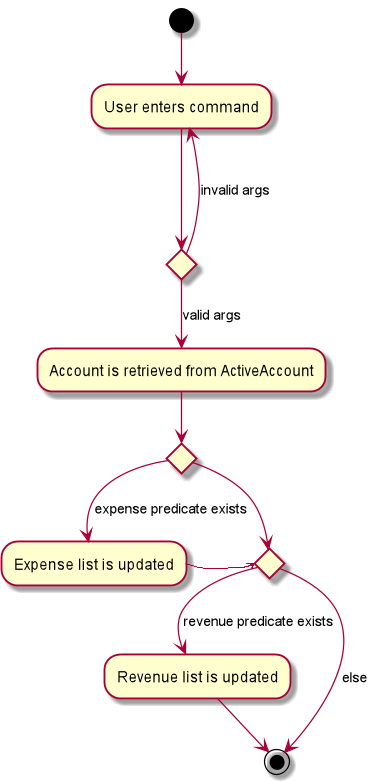
Above: docs/images/FindActivityDiagram.png in nus-cs2103-AY2021S1/tp (PlantUML), before the change. Its source is kept beside it as docs/diagrams/FindActivityDiagram.puml.
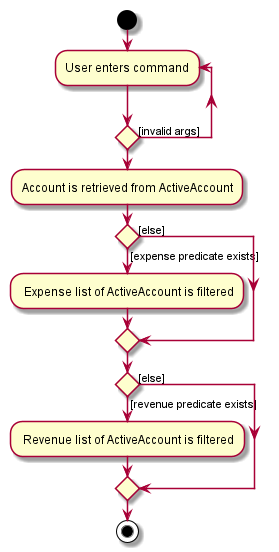
The same file after the commit.

Diff of the diagram source:
```diff
@@ -1,23 +1,16 @@
 @startuml
 
-(*) --> User enters command
---> if "" then
----> [invalid args] "User enters command"
-    else
-    -down-> [valid args] "Account is retrieved from ActiveAccount"
-    endif
---> if "" then
---> [expense predicate exists] "Expense list is updated"
-else
---> if "" then
---> [revenue predicate exists] "Revenue list is updated"
-    --> (*)
-    else
-    --> [else] (*)
+start
+repeat :User enters command;
+repeat  while () is ([invalid args])
+:Account is retrieved from ActiveAccount;
+if () then ([expense predicate exists])
+: Expense list of ActiveAccount is filtered;
+else ([else]);
 endif
-
-
+if () then ([revenue predicate exists])
+: Revenue list of ActiveAccount is filtered;
+else ([else]);
 endif
-
-
+stop
 @enduml
```
